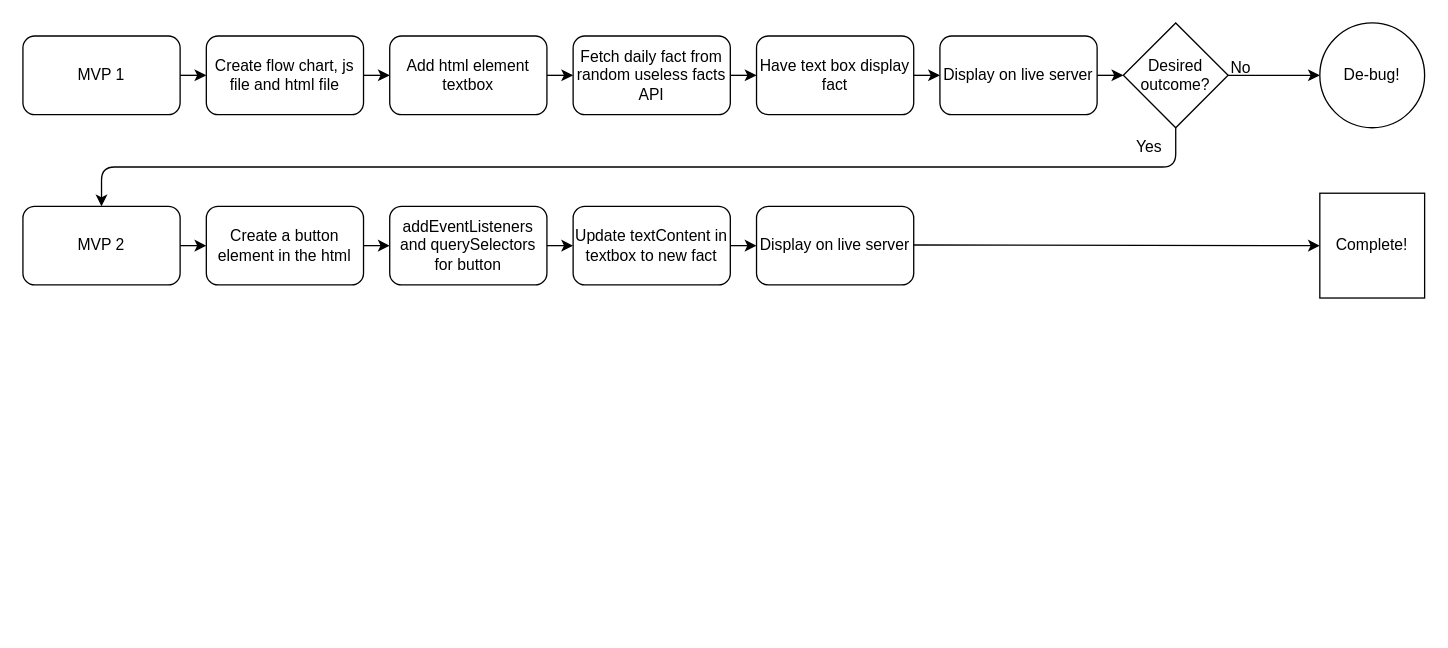
SchoolOfCode/week-3-hackathon-llt-13 keeps this draw.io diagram as flowchart.drawio. Above is the earlier version. Source tidied: cells renumbered, new cells numbered last; positions are measured from the earlier drawing's top-left corner, leaving out a move shared by most shapes. Both pictures are drawn from the tidied source at 131%, with x=0, y=0 at pixel (22, 22).
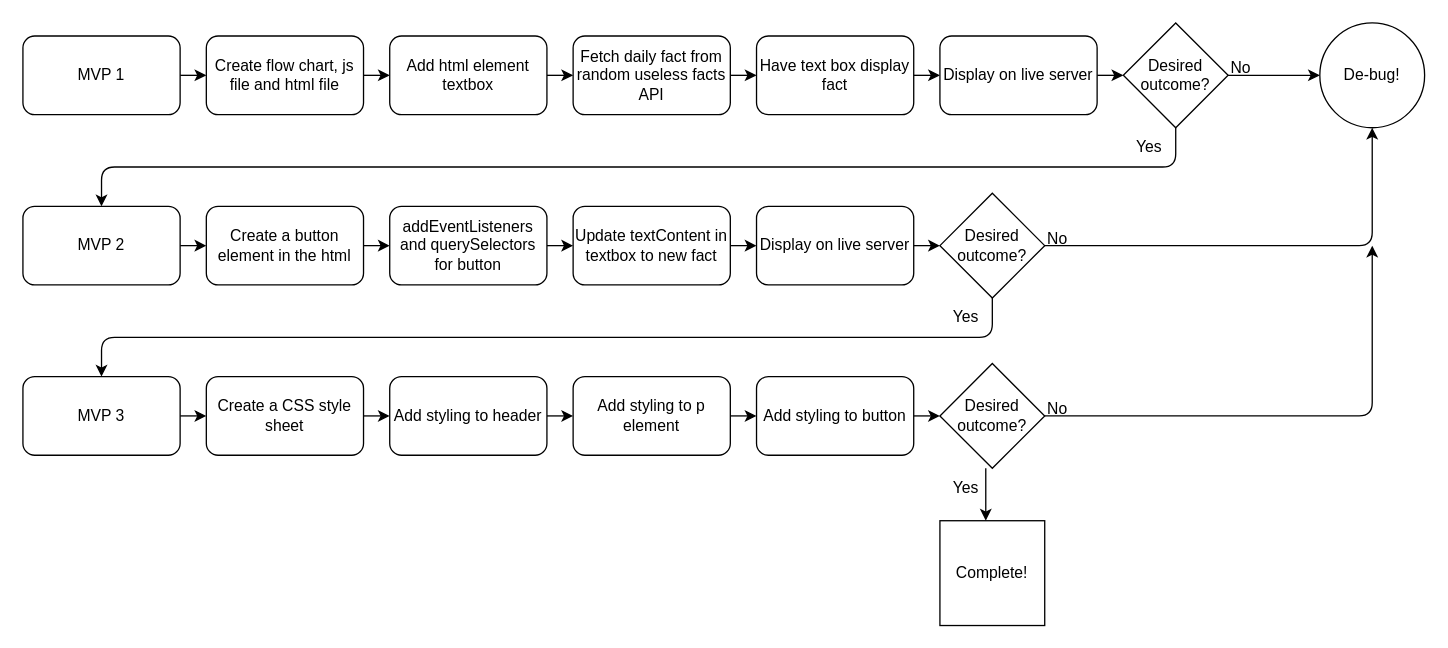
After the change.

Commit message:
Update flow chart

The change refers to these unchanged cells:
```xml
<mxCell id="10" value="De-bug!" style="ellipse;whiteSpace=wrap;html=1;" parent="1" vertex="1">
  <mxGeometry x="990" width="80" height="80" as="geometry" />
</mxCell>
<mxCell id="27" value="Display on live server" style="whiteSpace=wrap;html=1;rounded=1;" parent="1" vertex="1">
  <mxGeometry x="560" y="140" width="120" height="60" as="geometry" />
</mxCell>
```

The edit, as a diff of the source:
```diff
@@
     <mxCell id="15" value="Complete!" style="whiteSpace=wrap;html=1;" parent="1" vertex="1">
-      <mxGeometry x="990" y="130" width="80" height="80" as="geometry" />
+      <mxGeometry x="700" y="380" width="80" height="80" as="geometry" />
     </mxCell>
@@
-    <mxCell id="30" style="edgeStyle=none;html=1;exitX=0.333;exitY=0.667;exitDx=0;exitDy=0;exitPerimeter=0;entryX=0;entryY=0.5;entryDx=0;entryDy=0;" parent="1" edge="1" target="15">
-      <mxGeometry relative="1" as="geometry">
-        <mxPoint x="680" y="169.5" as="sourcePoint" />
-      </mxGeometry>
+    <mxCell id="30" value="Desired outcome?" style="rhombus;whiteSpace=wrap;html=1;" parent="1" vertex="1">
+      <mxGeometry x="700" y="130" width="80" height="80" as="geometry" />
     </mxCell>
+    <mxCell id="31" value="Yes" style="text;html=1;strokeColor=none;fillColor=none;align=center;verticalAlign=middle;whiteSpace=wrap;rounded=0;" parent="1" vertex="1">
+      <mxGeometry x="690" y="210" width="60" height="30" as="geometry" />
+    </mxCell>
+    <mxCell id="32" value="No" style="text;html=1;strokeColor=none;fillColor=none;align=center;verticalAlign=middle;whiteSpace=wrap;rounded=0;" parent="1" vertex="1">
+      <mxGeometry x="760" y="150" width="60" height="30" as="geometry" />
+    </mxCell>
+    <mxCell id="33" style="edgeStyle=none;html=1;exitX=0.333;exitY=0.667;exitDx=0;exitDy=0;exitPerimeter=0;entryX=0.5;entryY=1;entryDx=0;entryDy=0;" parent="1" edge="1" source="32" target="10">
+      <mxGeometry relative="1" as="geometry">
+        <Array as="points">
+          <mxPoint x="1030" y="170" />
+        </Array>
+      </mxGeometry>
+    </mxCell>
+    <mxCell id="34" style="edgeStyle=none;html=1;exitX=1;exitY=0.5;exitDx=0;exitDy=0;" parent="1" edge="1" source="27" target="30">
+      <mxGeometry relative="1" as="geometry" />
+    </mxCell>
+    <mxCell id="35" style="edgeStyle=none;html=1;exitX=0.5;exitY=1;exitDx=0;exitDy=0;" parent="1" edge="1">
+      <mxGeometry relative="1" as="geometry">
+        <mxPoint x="740" y="210" as="sourcePoint" />
+        <mxPoint x="60" y="270" as="targetPoint" />
+        <Array as="points">
+          <mxPoint x="740" y="240" />
+          <mxPoint x="60" y="240" />
+        </Array>
+      </mxGeometry>
+    </mxCell>
+    <mxCell id="36" style="edgeStyle=none;html=1;" parent="1" edge="1" source="37" target="39">
+      <mxGeometry relative="1" as="geometry" />
+    </mxCell>
+    <mxCell id="37" value="MVP 3" style="rounded=1;whiteSpace=wrap;html=1;" parent="1" vertex="1">
+      <mxGeometry y="270" width="120" height="60" as="geometry" />
+    </mxCell>
+    <mxCell id="38" style="edgeStyle=none;html=1;" parent="1" edge="1" source="39" target="41">
+      <mxGeometry relative="1" as="geometry" />
+    </mxCell>
+    <mxCell id="39" value="Create a CSS style sheet" style="whiteSpace=wrap;html=1;rounded=1;" parent="1" vertex="1">
+      <mxGeometry x="140" y="270" width="120" height="60" as="geometry" />
+    </mxCell>
+    <mxCell id="40" style="edgeStyle=none;html=1;" parent="1" edge="1" source="41">
+      <mxGeometry relative="1" as="geometry">
+        <mxPoint x="420" y="300" as="targetPoint" />
+      </mxGeometry>
+    </mxCell>
+    <mxCell id="41" value="Add styling to header" style="whiteSpace=wrap;html=1;rounded=1;" parent="1" vertex="1">
+      <mxGeometry x="280" y="270" width="120" height="60" as="geometry" />
+    </mxCell>
+    <mxCell id="42" style="edgeStyle=none;html=1;" parent="1" edge="1">
+      <mxGeometry relative="1" as="geometry">
+        <mxPoint x="540" y="300" as="sourcePoint" />
+        <mxPoint x="560" y="300" as="targetPoint" />
+      </mxGeometry>
+    </mxCell>
+    <mxCell id="43" value="Add styling to button" style="whiteSpace=wrap;html=1;rounded=1;" parent="1" vertex="1">
+      <mxGeometry x="560" y="270" width="120" height="60" as="geometry" />
+    </mxCell>
+    <mxCell id="44" value="Add styling to p element" style="whiteSpace=wrap;html=1;rounded=1;" parent="1" vertex="1">
+      <mxGeometry x="420" y="270" width="120" height="60" as="geometry" />
+    </mxCell>
+    <mxCell id="45" value="Desired outcome?" style="rhombus;whiteSpace=wrap;html=1;" parent="1" vertex="1">
+      <mxGeometry x="700" y="260" width="80" height="80" as="geometry" />
+    </mxCell>
+    <mxCell id="46" value="Yes" style="text;html=1;strokeColor=none;fillColor=none;align=center;verticalAlign=middle;whiteSpace=wrap;rounded=0;" parent="1" vertex="1">
+      <mxGeometry x="690" y="340" width="60" height="30" as="geometry" />
+    </mxCell>
+    <mxCell id="47" value="No" style="text;html=1;strokeColor=none;fillColor=none;align=center;verticalAlign=middle;whiteSpace=wrap;rounded=0;" parent="1" vertex="1">
+      <mxGeometry x="760" y="280" width="60" height="30" as="geometry" />
+    </mxCell>
+    <mxCell id="48" style="edgeStyle=none;html=1;exitX=0.333;exitY=0.667;exitDx=0;exitDy=0;exitPerimeter=0;" parent="1" edge="1" source="47">
+      <mxGeometry relative="1" as="geometry">
+        <mxPoint x="1030" y="170" as="targetPoint" />
+        <Array as="points">
+          <mxPoint x="1030" y="300" />
+        </Array>
+      </mxGeometry>
+    </mxCell>
+    <mxCell id="49" style="edgeStyle=none;html=1;exitX=1;exitY=0.5;exitDx=0;exitDy=0;" parent="1" edge="1" target="45">
+      <mxGeometry relative="1" as="geometry">
+        <mxPoint x="680" y="300" as="sourcePoint" />
+      </mxGeometry>
+    </mxCell>
+    <mxCell id="50" style="edgeStyle=none;html=1;exitX=0.75;exitY=0;exitDx=0;exitDy=0;" parent="1" edge="1" source="46">
+      <mxGeometry relative="1" as="geometry">
+        <mxPoint x="735" y="380" as="targetPoint" />
+      </mxGeometry>
+    </mxCell>
```
